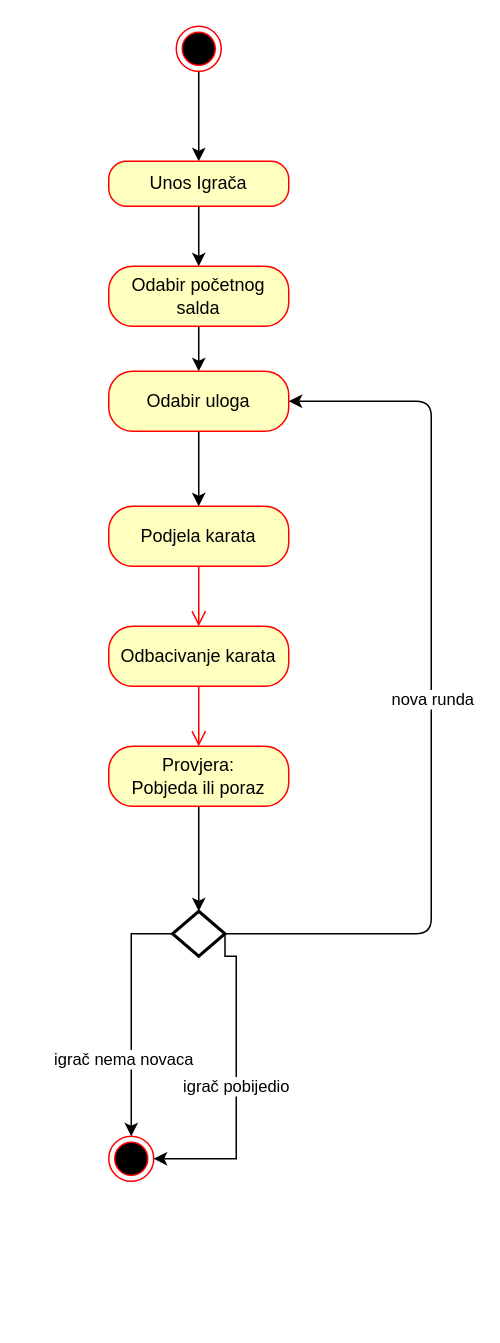
This is page "aktivnosti" (2 of 8) of Projekt_Poker_activity.drawio from ewlibi/Poker, a draw.io file, before an edit. Source tidied: cells renumbered, new cells numbered last; positions are measured from the earlier drawing's top-left corner, leaving out a move shared by most shapes. Both pictures are drawn from the tidied source at 150%, with x=0, y=0 at pixel (108, 26).
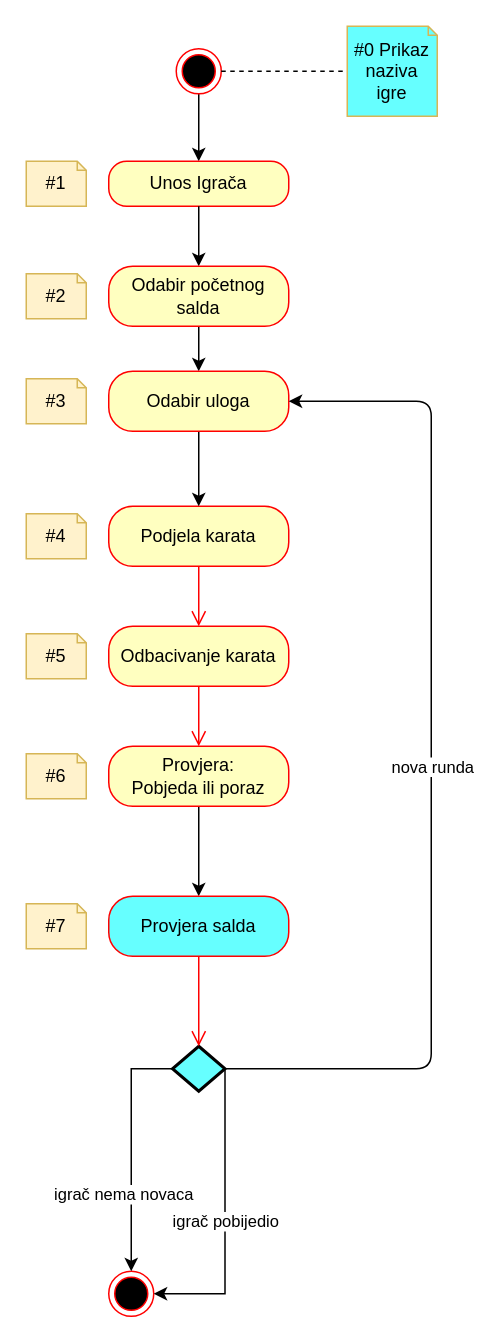
After the change.

Unchanged cells that the change refers to:
```xml
<mxCell id="9" value="Provjera:&lt;br&gt;Pobjeda ili poraz" style="rounded=1;whiteSpace=wrap;html=1;arcSize=40;fontColor=#000000;fillColor=#ffffc0;strokeColor=#ff0000;" parent="1" vertex="1">
  <mxGeometry y="480" width="120" height="40" as="geometry" />
</mxCell>
<mxCell id="15" value="Odabir uloga" style="rounded=1;whiteSpace=wrap;html=1;arcSize=40;fontColor=#000000;fillColor=#ffffc0;strokeColor=#ff0000;" parent="1" vertex="1">
  <mxGeometry y="230" width="120" height="40" as="geometry" />
</mxCell>
```

Change to the diagram source:
```diff
@@
     <mxCell id="3" style="ellipse;html=1;shape=endState;fillColor=#000000;strokeColor=#ff0000;" parent="1" vertex="1">
-      <mxGeometry x="45" width="30" height="30" as="geometry" />
+      <mxGeometry x="45" y="15" width="30" height="30" as="geometry" />
     </mxCell>
@@
     <mxCell id="6" style="ellipse;html=1;shape=endState;fillColor=#000000;strokeColor=#ff0000;" parent="1" vertex="1">
-      <mxGeometry y="740" width="30" height="30" as="geometry" />
+      <mxGeometry y="830" width="30" height="30" as="geometry" />
     </mxCell>
@@
-    <mxCell id="8" style="edgeStyle=orthogonalEdgeStyle;rounded=0;jettySize=auto;html=1;entryX=0.5;entryY=0;entryDx=0;entryDy=0;entryPerimeter=0;" parent="1" edge="1" source="9" target="16">
+    <mxCell id="8" style="edgeStyle=orthogonalEdgeStyle;rounded=0;jettySize=auto;html=1;entryX=0.5;entryY=0;entryDx=0;entryDy=0;" parent="1" edge="1" source="9" target="22">
       <mxGeometry relative="1" as="geometry" />
     </mxCell>
@@
-    <mxCell id="16" style="strokeWidth=2;html=1;shape=mxgraph.flowchart.decision;whiteSpace=wrap;" parent="1" vertex="1">
-      <mxGeometry x="42.5" y="590" width="35" height="30" as="geometry" />
+    <mxCell id="16" style="strokeWidth=2;html=1;shape=mxgraph.flowchart.decision;whiteSpace=wrap;fillColor=#66FFFF;" parent="1" vertex="1">
+      <mxGeometry x="42.5" y="680" width="35" height="30" as="geometry" />
     </mxCell>
     <mxCell id="17" value="igrač pobijedio" style="edgeStyle=orthogonalEdgeStyle;rounded=0;jettySize=auto;html=1;exitX=1;exitY=0.5;exitDx=0;exitDy=0;exitPerimeter=0;entryX=1;entryY=0.5;entryDx=0;entryDy=0;" parent="1" edge="1" source="16" target="6">
       <mxGeometry x="0.02" relative="1" as="geometry">
         <Array as="points">
-          <mxPoint x="78" y="620" />
-          <mxPoint x="85" y="620" />
-          <mxPoint x="85" y="755" />
+          <mxPoint x="78" y="845" />
         </Array>
         <mxPoint y="1" as="offset" />
       </mxGeometry>
     </mxCell>
     <mxCell id="18" style="endArrow=classic;html=1;exitX=1;exitY=0.5;exitDx=0;exitDy=0;exitPerimeter=0;entryX=1;entryY=0.5;entryDx=0;entryDy=0;" parent="1" edge="1" source="16" target="15">
       <mxGeometry relative="1" as="geometry">
         <Array as="points">
+          <mxPoint x="215" y="695" />
+          <mxPoint x="215" y="675" />
           <mxPoint x="215" y="605" />
           <mxPoint x="215" y="250" />
         </Array>
       </mxGeometry>
     </mxCell>
@@
+    <mxCell id="22" value="Provjera salda" style="rounded=1;whiteSpace=wrap;html=1;arcSize=40;fontColor=#000000;strokeColor=#ff0000;fillColor=#66FFFF;" parent="1" vertex="1">
+      <mxGeometry y="580" width="120" height="40" as="geometry" />
+    </mxCell>
+    <mxCell id="23" style="edgeStyle=orthogonalEdgeStyle;html=1;verticalAlign=bottom;endArrow=open;endSize=8;strokeColor=#ff0000;" parent="1" edge="1" source="22" target="16">
+      <mxGeometry relative="1" as="geometry" />
+    </mxCell>
+    <mxCell id="24" value="#1" style="shape=note;size=6;whiteSpace=wrap;html=1;fillColor=#fff2cc;strokeColor=#d6b656;" parent="1" vertex="1">
+      <mxGeometry x="-55" y="90" width="40" height="30" as="geometry" />
+    </mxCell>
+    <mxCell id="25" value="#2" style="shape=note;size=6;whiteSpace=wrap;html=1;fillColor=#fff2cc;strokeColor=#d6b656;" parent="1" vertex="1">
+      <mxGeometry x="-55" y="165" width="40" height="30" as="geometry" />
+    </mxCell>
+    <mxCell id="26" value="#3" style="shape=note;size=6;whiteSpace=wrap;html=1;fillColor=#fff2cc;strokeColor=#d6b656;" parent="1" vertex="1">
+      <mxGeometry x="-55" y="235" width="40" height="30" as="geometry" />
+    </mxCell>
+    <mxCell id="27" value="#4" style="shape=note;size=6;whiteSpace=wrap;html=1;fillColor=#fff2cc;strokeColor=#d6b656;" parent="1" vertex="1">
+      <mxGeometry x="-55" y="325" width="40" height="30" as="geometry" />
+    </mxCell>
+    <mxCell id="28" value="#5" style="shape=note;size=6;whiteSpace=wrap;html=1;fillColor=#fff2cc;strokeColor=#d6b656;" parent="1" vertex="1">
+      <mxGeometry x="-55" y="405" width="40" height="30" as="geometry" />
+    </mxCell>
+    <mxCell id="29" value="#6" style="shape=note;size=6;whiteSpace=wrap;html=1;fillColor=#fff2cc;strokeColor=#d6b656;" parent="1" vertex="1">
+      <mxGeometry x="-55" y="485" width="40" height="30" as="geometry" />
+    </mxCell>
+    <mxCell id="30" value="#7" style="shape=note;size=6;whiteSpace=wrap;html=1;fillColor=#fff2cc;strokeColor=#d6b656;" parent="1" vertex="1">
+      <mxGeometry x="-55" y="585" width="40" height="30" as="geometry" />
+    </mxCell>
+    <mxCell id="31" value="#0 Prikaz naziva igre" style="shape=note;size=6;whiteSpace=wrap;html=1;strokeColor=#d6b656;fillColor=#66FFFF;" parent="1" vertex="1">
+      <mxGeometry x="159" width="60" height="60" as="geometry" />
+    </mxCell>
+    <mxCell id="32" style="endArrow=none;dashed=1;html=1;entryX=0;entryY=0.5;entryDx=0;entryDy=0;entryPerimeter=0;exitX=1;exitY=0.5;exitDx=0;exitDy=0;" parent="1" edge="1" source="3" target="31">
+      <mxGeometry relative="1" as="geometry" />
+    </mxCell>
```
